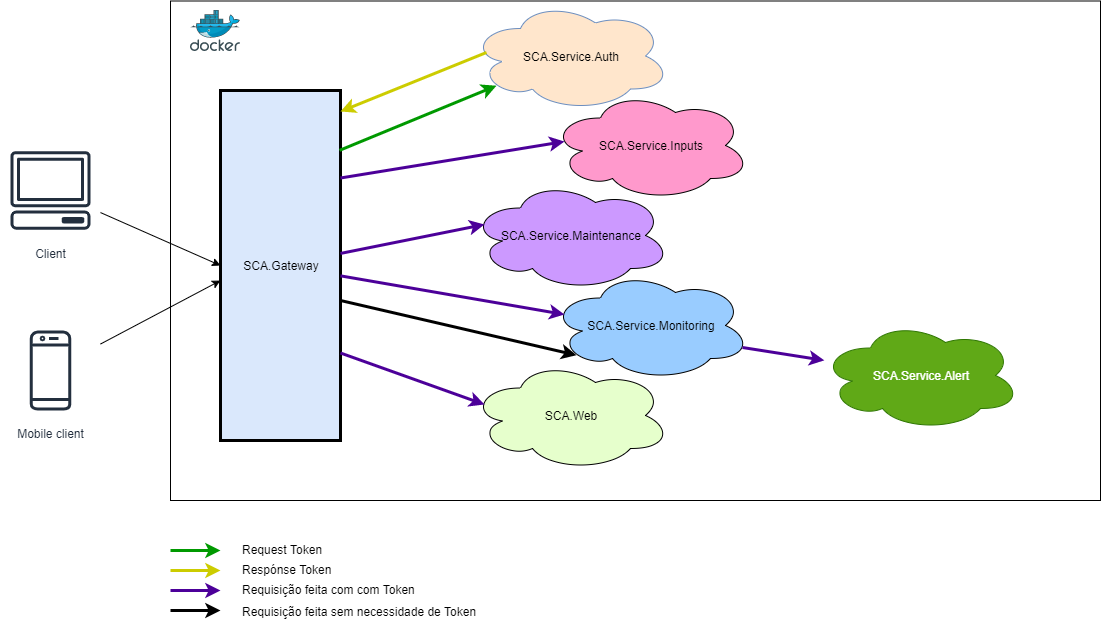
alansvieceli/tcc-pos-poc-sca keeps this draw.io diagram as diagrama.png. Above is the earlier version. Source tidied: cells renumbered, new cells last; positions are measured from the earlier drawing's top-left corner, leaving out a move shared by most shapes. Its diagram source:
```xml
<mxGraphModel>
  <root>
    <mxCell id="0" />
    <mxCell id="1" parent="0" />
    <mxCell id="2" style="rounded=0;whiteSpace=wrap;html=1;" parent="1" vertex="1">
      <mxGeometry x="170" y="0.5" width="930" height="499.5" as="geometry" />
    </mxCell>
    <mxCell id="3" value="SCA.Gateway" style="rounded=0;whiteSpace=wrap;html=1;fillColor=#dae8fc;strokeColor=#000000;strokeWidth=3;" parent="1" vertex="1">
      <mxGeometry x="220" y="90" width="120" height="350" as="geometry" />
    </mxCell>
    <mxCell id="4" value="SCA.Service.Auth" style="ellipse;shape=cloud;whiteSpace=wrap;html=1;fillColor=#FFE6CC;strokeColor=#6c8ebf;" parent="1" vertex="1">
      <mxGeometry x="470" y="0.5" width="200" height="110" as="geometry" />
    </mxCell>
    <mxCell id="5" value="SCA.Service.Inputs" style="ellipse;shape=cloud;whiteSpace=wrap;html=1;fillColor=#FF99CC;" parent="1" vertex="1">
      <mxGeometry x="550" y="90" width="200" height="110" as="geometry" />
    </mxCell>
    <mxCell id="6" value="SCA.Service.Maintenance" style="ellipse;shape=cloud;whiteSpace=wrap;html=1;fillColor=#CC99FF;" parent="1" vertex="1">
      <mxGeometry x="470" y="180" width="200" height="110" as="geometry" />
    </mxCell>
    <mxCell id="7" value="SCA.Service.Monitoring" style="ellipse;shape=cloud;whiteSpace=wrap;html=1;fillColor=#99CCFF;" parent="1" vertex="1">
      <mxGeometry x="550" y="270" width="200" height="110" as="geometry" />
    </mxCell>
    <mxCell id="8" value="SCA.Web" style="ellipse;shape=cloud;whiteSpace=wrap;html=1;fillColor=#E6FFCC;" parent="1" vertex="1">
      <mxGeometry x="470" y="360" width="200" height="110" as="geometry" />
    </mxCell>
    <mxCell id="9" style="endArrow=classic;html=1;strokeColor=#009900;strokeWidth=3;exitX=0.992;exitY=0.171;exitDx=0;exitDy=0;exitPerimeter=0;entryX=0.13;entryY=0.77;entryDx=0;entryDy=0;entryPerimeter=0;" parent="1" edge="1" source="3" target="4">
      <mxGeometry relative="1" as="geometry" />
    </mxCell>
    <mxCell id="10" style="endArrow=classic;html=1;entryX=1;entryY=0.06;entryDx=0;entryDy=0;entryPerimeter=0;strokeColor=#CCCC00;strokeWidth=3;exitX=0.08;exitY=0.468;exitDx=0;exitDy=0;exitPerimeter=0;" parent="1" edge="1" source="4" target="3">
      <mxGeometry relative="1" as="geometry" />
    </mxCell>
    <mxCell id="11" style="endArrow=classic;html=1;entryX=0.07;entryY=0.464;entryDx=0;entryDy=0;entryPerimeter=0;exitX=1;exitY=0.25;exitDx=0;exitDy=0;strokeWidth=3;strokeColor=#4C0099;" parent="1" edge="1" source="3" target="5">
      <mxGeometry relative="1" as="geometry" />
    </mxCell>
    <mxCell id="12" style="endArrow=classic;html=1;entryX=0.07;entryY=0.4;entryDx=0;entryDy=0;entryPerimeter=0;strokeWidth=3;strokeColor=#4C0099;" parent="1" edge="1" source="3" target="6">
      <mxGeometry relative="1" as="geometry" />
    </mxCell>
    <mxCell id="13" style="endArrow=classic;html=1;entryX=0.07;entryY=0.4;entryDx=0;entryDy=0;entryPerimeter=0;strokeWidth=3;strokeColor=#4C0099;" parent="1" edge="1" source="3" target="7">
      <mxGeometry relative="1" as="geometry" />
    </mxCell>
    <mxCell id="14" value="Client" style="outlineConnect=0;fontColor=#232F3E;gradientColor=none;strokeColor=#232F3E;fillColor=#ffffff;dashed=0;verticalLabelPosition=bottom;verticalAlign=top;align=center;html=1;fontSize=12;fontStyle=0;shape=mxgraph.aws4.resourceIcon;resIcon=mxgraph.aws4.client;" parent="1" vertex="1">
      <mxGeometry y="140" width="100" height="100" as="geometry" />
    </mxCell>
    <mxCell id="15" value="Mobile client" style="outlineConnect=0;fontColor=#232F3E;gradientColor=none;strokeColor=#232F3E;fillColor=#ffffff;dashed=0;verticalLabelPosition=bottom;verticalAlign=top;align=center;html=1;fontSize=12;fontStyle=0;shape=mxgraph.aws4.resourceIcon;resIcon=mxgraph.aws4.mobile_client;" parent="1" vertex="1">
      <mxGeometry y="320" width="100" height="100" as="geometry" />
    </mxCell>
    <mxCell id="16" style="html=1;align=center;image;fontSize=12;image=img/lib/mscae/Docker.svg;" parent="1" vertex="1">
      <mxGeometry x="190" y="10" width="50" height="41" as="geometry" />
    </mxCell>
    <mxCell id="17" style="endArrow=classic;html=1;entryX=0;entryY=0.5;entryDx=0;entryDy=0;" parent="1" edge="1" source="14" target="3">
      <mxGeometry relative="1" as="geometry" />
    </mxCell>
    <mxCell id="18" style="endArrow=classic;html=1;entryX=0;entryY=0.543;entryDx=0;entryDy=0;entryPerimeter=0;" parent="1" edge="1" source="15" target="3">
      <mxGeometry relative="1" as="geometry" />
    </mxCell>
    <mxCell id="19" style="endArrow=classic;html=1;strokeColor=#009900;strokeWidth=3;" parent="1" edge="1">
      <mxGeometry relative="1" as="geometry">
        <mxPoint x="170" y="550" as="sourcePoint" />
        <mxPoint x="220" y="550" as="targetPoint" />
      </mxGeometry>
    </mxCell>
    <mxCell id="20" style="endArrow=classic;html=1;entryX=0.992;entryY=0.686;entryDx=0;entryDy=0;entryPerimeter=0;strokeColor=#CCCC00;strokeWidth=3;" parent="1" edge="1">
      <mxGeometry relative="1" as="geometry">
        <mxPoint x="170" y="570" as="sourcePoint" />
        <mxPoint x="220" y="570" as="targetPoint" />
      </mxGeometry>
    </mxCell>
    <mxCell id="21" style="endArrow=classic;html=1;exitX=1;exitY=0.25;exitDx=0;exitDy=0;strokeWidth=3;strokeColor=#4C0099;" parent="1" edge="1">
      <mxGeometry relative="1" as="geometry">
        <mxPoint x="170" y="590" as="sourcePoint" />
        <mxPoint x="220" y="590" as="targetPoint" />
      </mxGeometry>
    </mxCell>
    <mxCell id="22" value="Request Token" style="text;html=1;strokeColor=none;fillColor=none;align=left;verticalAlign=middle;rounded=0;labelPosition=center;verticalLabelPosition=middle;whiteSpace=wrap;" parent="1" vertex="1">
      <mxGeometry x="240" y="539" width="191" height="20" as="geometry" />
    </mxCell>
    <mxCell id="23" value="Respónse Token" style="text;html=1;strokeColor=none;fillColor=none;align=left;verticalAlign=middle;whiteSpace=wrap;rounded=0;" parent="1" vertex="1">
      <mxGeometry x="240" y="559" width="200" height="20" as="geometry" />
    </mxCell>
    <mxCell id="24" value="Requisição feita com com Token" style="text;html=1;strokeColor=none;fillColor=none;align=left;verticalAlign=middle;whiteSpace=wrap;rounded=0;" parent="1" vertex="1">
      <mxGeometry x="240" y="579" width="240" height="20" as="geometry" />
    </mxCell>
    <mxCell id="25" style="endArrow=classic;html=1;entryX=0.07;entryY=0.4;entryDx=0;entryDy=0;entryPerimeter=0;strokeWidth=3;strokeColor=#4C0099;exitX=1;exitY=0.75;exitDx=0;exitDy=0;" parent="1" edge="1" source="3" target="8">
      <mxGeometry relative="1" as="geometry" />
    </mxCell>
    <mxCell id="26" style="endArrow=classic;html=1;entryX=0.13;entryY=0.77;entryDx=0;entryDy=0;entryPerimeter=0;strokeWidth=3;strokeColor=#000000;" parent="1" edge="1" target="7">
      <mxGeometry relative="1" as="geometry">
        <mxPoint x="340" y="300" as="sourcePoint" />
      </mxGeometry>
    </mxCell>
    <mxCell id="27" style="endArrow=classic;html=1;exitX=1;exitY=0.25;exitDx=0;exitDy=0;strokeWidth=3;strokeColor=#000000;" parent="1" edge="1">
      <mxGeometry relative="1" as="geometry">
        <mxPoint x="170" y="610" as="sourcePoint" />
        <mxPoint x="220" y="610" as="targetPoint" />
      </mxGeometry>
    </mxCell>
    <mxCell id="28" value="Requisição feita sem necessidade de Token" style="text;html=1;strokeColor=none;fillColor=none;align=left;verticalAlign=middle;whiteSpace=wrap;rounded=0;" parent="1" vertex="1">
      <mxGeometry x="240" y="599" width="240" height="23" as="geometry" />
    </mxCell>
    <mxCell id="29" value="SCA.Service.Alert" style="ellipse;shape=cloud;whiteSpace=wrap;html=1;fillColor=#60a917;strokeColor=#2D7600;fontColor=#ffffff;" parent="1" vertex="1">
      <mxGeometry x="820" y="320" width="200" height="110" as="geometry" />
    </mxCell>
    <mxCell id="30" style="endArrow=classic;html=1;strokeWidth=3;strokeColor=#4C0099;exitX=0.96;exitY=0.7;exitDx=0;exitDy=0;exitPerimeter=0;" parent="1" edge="1" source="7" target="29">
      <mxGeometry relative="1" as="geometry" />
    </mxCell>
  </root>
</mxGraphModel>
```
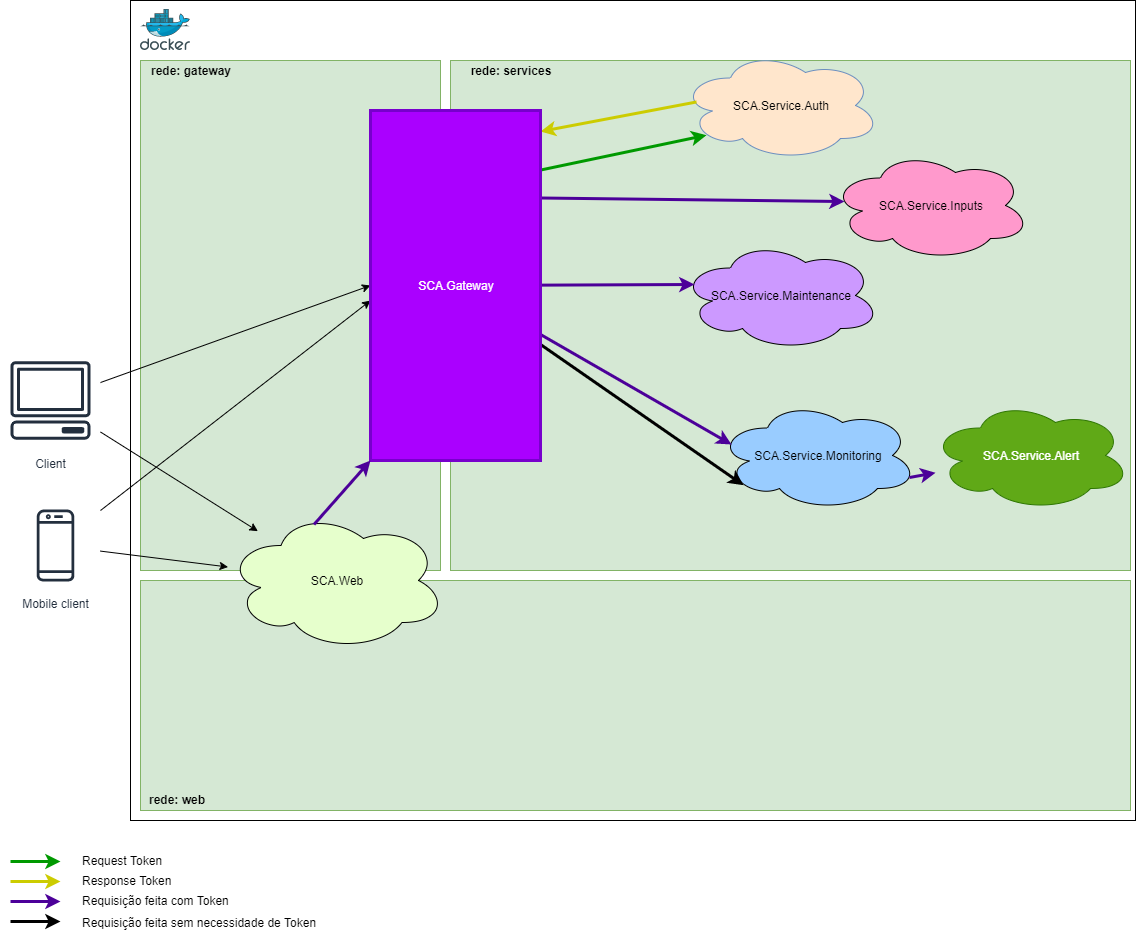
The same file after the commit.

Diff of the diagram source:
```diff
@@ -3,26 +3,41 @@
     <mxCell id="0" />
     <mxCell id="1" parent="0" />
     <mxCell id="2" style="rounded=0;whiteSpace=wrap;html=1;" parent="1" vertex="1">
-      <mxGeometry x="170" y="0.5" width="930" height="499.5" as="geometry" />
+      <mxGeometry x="110" y="-10" width="1005" height="820" as="geometry" />
     </mxCell>
-    <mxCell id="3" value="SCA.Gateway" style="rounded=0;whiteSpace=wrap;html=1;fillColor=#dae8fc;strokeColor=#000000;strokeWidth=3;" parent="1" vertex="1">
-      <mxGeometry x="220" y="90" width="120" height="350" as="geometry" />
-    </mxCell>
+    <mxCell id="14" value="Client" style="outlineConnect=0;fontColor=#232F3E;gradientColor=none;strokeColor=#232F3E;fillColor=#ffffff;dashed=0;verticalLabelPosition=bottom;verticalAlign=top;align=center;html=1;fontSize=12;fontStyle=0;shape=mxgraph.aws4.resourceIcon;resIcon=mxgraph.aws4.client;" parent="1" vertex="1">
+      <mxGeometry x="-20" y="340" width="100" height="100" as="geometry" />
+    </mxCell>
+    <mxCell id="15" value="Mobile client" style="outlineConnect=0;fontColor=#232F3E;gradientColor=none;strokeColor=#232F3E;fillColor=#ffffff;dashed=0;verticalLabelPosition=bottom;verticalAlign=top;align=center;html=1;fontSize=12;fontStyle=0;shape=mxgraph.aws4.resourceIcon;resIcon=mxgraph.aws4.mobile_client;" parent="1" vertex="1">
+      <mxGeometry x="-10" y="490" width="90" height="90" as="geometry" />
+    </mxCell>
+    <mxCell id="16" style="html=1;align=center;image;fontSize=12;image=img/lib/mscae/Docker.svg;" parent="1" vertex="1">
+      <mxGeometry x="120" y="-1" width="50" height="41" as="geometry" />
+    </mxCell>
+    <mxCell id="28" value="Requisição feita sem necessidade de Token" style="text;html=1;strokeColor=none;fillColor=none;align=left;verticalAlign=middle;whiteSpace=wrap;rounded=0;" parent="1" vertex="1">
+      <mxGeometry x="60" y="900" width="240" height="23" as="geometry" />
+    </mxCell>
+    <mxCell id="31" value="&lt;div&gt;&lt;br&gt;&lt;/div&gt;" style="rounded=0;whiteSpace=wrap;html=1;align=left;fillColor=#d5e8d4;strokeColor=#82b366;" parent="1" vertex="1">
+      <mxGeometry x="430" y="50" width="680" height="510" as="geometry" />
+    </mxCell>
     <mxCell id="4" value="SCA.Service.Auth" style="ellipse;shape=cloud;whiteSpace=wrap;html=1;fillColor=#FFE6CC;strokeColor=#6c8ebf;" parent="1" vertex="1">
-      <mxGeometry x="470" y="0.5" width="200" height="110" as="geometry" />
+      <mxGeometry x="660" y="40" width="200" height="110" as="geometry" />
     </mxCell>
     <mxCell id="5" value="SCA.Service.Inputs" style="ellipse;shape=cloud;whiteSpace=wrap;html=1;fillColor=#FF99CC;" parent="1" vertex="1">
-      <mxGeometry x="550" y="90" width="200" height="110" as="geometry" />
+      <mxGeometry x="810" y="140" width="200" height="110" as="geometry" />
     </mxCell>
     <mxCell id="6" value="SCA.Service.Maintenance" style="ellipse;shape=cloud;whiteSpace=wrap;html=1;fillColor=#CC99FF;" parent="1" vertex="1">
-      <mxGeometry x="470" y="180" width="200" height="110" as="geometry" />
+      <mxGeometry x="660" y="230" width="200" height="110" as="geometry" />
     </mxCell>
     <mxCell id="7" value="SCA.Service.Monitoring" style="ellipse;shape=cloud;whiteSpace=wrap;html=1;fillColor=#99CCFF;" parent="1" vertex="1">
-      <mxGeometry x="550" y="270" width="200" height="110" as="geometry" />
+      <mxGeometry x="697" y="390" width="200" height="110" as="geometry" />
     </mxCell>
-    <mxCell id="8" value="SCA.Web" style="ellipse;shape=cloud;whiteSpace=wrap;html=1;fillColor=#E6FFCC;" parent="1" vertex="1">
-      <mxGeometry x="470" y="360" width="200" height="110" as="geometry" />
-    </mxCell>
+    <mxCell id="29" value="SCA.Service.Alert" style="ellipse;shape=cloud;whiteSpace=wrap;html=1;fillColor=#60a917;strokeColor=#2D7600;fontColor=#ffffff;" parent="1" vertex="1">
+      <mxGeometry x="910" y="390" width="200" height="110" as="geometry" />
+    </mxCell>
+    <mxCell id="30" style="endArrow=classic;html=1;strokeWidth=3;strokeColor=#4C0099;exitX=0.96;exitY=0.7;exitDx=0;exitDy=0;exitPerimeter=0;" parent="1" edge="1" source="7" target="29">
+      <mxGeometry relative="1" as="geometry" />
+    </mxCell>
     <mxCell id="9" style="endArrow=classic;html=1;strokeColor=#009900;strokeWidth=3;exitX=0.992;exitY=0.171;exitDx=0;exitDy=0;exitPerimeter=0;entryX=0.13;entryY=0.77;entryDx=0;entryDy=0;entryPerimeter=0;" parent="1" edge="1" source="3" target="4">
       <mxGeometry relative="1" as="geometry" />
     </mxCell>
@@ -38,70 +53,77 @@
     <mxCell id="13" style="endArrow=classic;html=1;entryX=0.07;entryY=0.4;entryDx=0;entryDy=0;entryPerimeter=0;strokeWidth=3;strokeColor=#4C0099;" parent="1" edge="1" source="3" target="7">
       <mxGeometry relative="1" as="geometry" />
     </mxCell>
-    <mxCell id="14" value="Client" style="outlineConnect=0;fontColor=#232F3E;gradientColor=none;strokeColor=#232F3E;fillColor=#ffffff;dashed=0;verticalLabelPosition=bottom;verticalAlign=top;align=center;html=1;fontSize=12;fontStyle=0;shape=mxgraph.aws4.resourceIcon;resIcon=mxgraph.aws4.client;" parent="1" vertex="1">
-      <mxGeometry y="140" width="100" height="100" as="geometry" />
-    </mxCell>
-    <mxCell id="15" value="Mobile client" style="outlineConnect=0;fontColor=#232F3E;gradientColor=none;strokeColor=#232F3E;fillColor=#ffffff;dashed=0;verticalLabelPosition=bottom;verticalAlign=top;align=center;html=1;fontSize=12;fontStyle=0;shape=mxgraph.aws4.resourceIcon;resIcon=mxgraph.aws4.mobile_client;" parent="1" vertex="1">
-      <mxGeometry y="320" width="100" height="100" as="geometry" />
-    </mxCell>
-    <mxCell id="16" style="html=1;align=center;image;fontSize=12;image=img/lib/mscae/Docker.svg;" parent="1" vertex="1">
-      <mxGeometry x="190" y="10" width="50" height="41" as="geometry" />
-    </mxCell>
-    <mxCell id="17" style="endArrow=classic;html=1;entryX=0;entryY=0.5;entryDx=0;entryDy=0;" parent="1" edge="1" source="14" target="3">
-      <mxGeometry relative="1" as="geometry" />
-    </mxCell>
-    <mxCell id="18" style="endArrow=classic;html=1;entryX=0;entryY=0.543;entryDx=0;entryDy=0;entryPerimeter=0;" parent="1" edge="1" source="15" target="3">
-      <mxGeometry relative="1" as="geometry" />
-    </mxCell>
+    <mxCell id="26" style="endArrow=classic;html=1;entryX=0.13;entryY=0.77;entryDx=0;entryDy=0;entryPerimeter=0;strokeWidth=3;strokeColor=#000000;" parent="1" edge="1" source="3" target="7">
+      <mxGeometry relative="1" as="geometry" />
+    </mxCell>
+    <mxCell id="32" value="&lt;b&gt;rede: services&lt;/b&gt;" style="text;html=1;strokeColor=none;fillColor=none;align=center;verticalAlign=middle;whiteSpace=wrap;rounded=0;" parent="1" vertex="1">
+      <mxGeometry x="440" y="51" width="100" height="18" as="geometry" />
+    </mxCell>
     <mxCell id="19" style="endArrow=classic;html=1;strokeColor=#009900;strokeWidth=3;" parent="1" edge="1">
       <mxGeometry relative="1" as="geometry">
-        <mxPoint x="170" y="550" as="sourcePoint" />
-        <mxPoint x="220" y="550" as="targetPoint" />
+        <mxPoint x="-10" y="851" as="sourcePoint" />
+        <mxPoint x="40" y="851" as="targetPoint" />
       </mxGeometry>
     </mxCell>
     <mxCell id="20" style="endArrow=classic;html=1;entryX=0.992;entryY=0.686;entryDx=0;entryDy=0;entryPerimeter=0;strokeColor=#CCCC00;strokeWidth=3;" parent="1" edge="1">
       <mxGeometry relative="1" as="geometry">
-        <mxPoint x="170" y="570" as="sourcePoint" />
-        <mxPoint x="220" y="570" as="targetPoint" />
+        <mxPoint x="-10" y="871" as="sourcePoint" />
+        <mxPoint x="40" y="871" as="targetPoint" />
       </mxGeometry>
     </mxCell>
     <mxCell id="21" style="endArrow=classic;html=1;exitX=1;exitY=0.25;exitDx=0;exitDy=0;strokeWidth=3;strokeColor=#4C0099;" parent="1" edge="1">
       <mxGeometry relative="1" as="geometry">
-        <mxPoint x="170" y="590" as="sourcePoint" />
-        <mxPoint x="220" y="590" as="targetPoint" />
+        <mxPoint x="-10" y="891" as="sourcePoint" />
+        <mxPoint x="40" y="891" as="targetPoint" />
       </mxGeometry>
     </mxCell>
     <mxCell id="22" value="Request Token" style="text;html=1;strokeColor=none;fillColor=none;align=left;verticalAlign=middle;rounded=0;labelPosition=center;verticalLabelPosition=middle;whiteSpace=wrap;" parent="1" vertex="1">
-      <mxGeometry x="240" y="539" width="191" height="20" as="geometry" />
+      <mxGeometry x="60" y="840" width="191" height="20" as="geometry" />
     </mxCell>
-    <mxCell id="23" value="Respónse Token" style="text;html=1;strokeColor=none;fillColor=none;align=left;verticalAlign=middle;whiteSpace=wrap;rounded=0;" parent="1" vertex="1">
-      <mxGeometry x="240" y="559" width="200" height="20" as="geometry" />
+    <mxCell id="23" value="Response Token" style="text;html=1;strokeColor=none;fillColor=none;align=left;verticalAlign=middle;whiteSpace=wrap;rounded=0;" parent="1" vertex="1">
+      <mxGeometry x="60" y="860" width="200" height="20" as="geometry" />
     </mxCell>
-    <mxCell id="24" value="Requisição feita com com Token" style="text;html=1;strokeColor=none;fillColor=none;align=left;verticalAlign=middle;whiteSpace=wrap;rounded=0;" parent="1" vertex="1">
-      <mxGeometry x="240" y="579" width="240" height="20" as="geometry" />
+    <mxCell id="24" value="Requisição feita com Token" style="text;html=1;strokeColor=none;fillColor=none;align=left;verticalAlign=middle;whiteSpace=wrap;rounded=0;" parent="1" vertex="1">
+      <mxGeometry x="60" y="880" width="240" height="20" as="geometry" />
     </mxCell>
-    <mxCell id="25" style="endArrow=classic;html=1;entryX=0.07;entryY=0.4;entryDx=0;entryDy=0;entryPerimeter=0;strokeWidth=3;strokeColor=#4C0099;exitX=1;exitY=0.75;exitDx=0;exitDy=0;" parent="1" edge="1" source="3" target="8">
-      <mxGeometry relative="1" as="geometry" />
-    </mxCell>
-    <mxCell id="26" style="endArrow=classic;html=1;entryX=0.13;entryY=0.77;entryDx=0;entryDy=0;entryPerimeter=0;strokeWidth=3;strokeColor=#000000;" parent="1" edge="1" target="7">
-      <mxGeometry relative="1" as="geometry">
-        <mxPoint x="340" y="300" as="sourcePoint" />
-      </mxGeometry>
-    </mxCell>
     <mxCell id="27" style="endArrow=classic;html=1;exitX=1;exitY=0.25;exitDx=0;exitDy=0;strokeWidth=3;strokeColor=#000000;" parent="1" edge="1">
       <mxGeometry relative="1" as="geometry">
-        <mxPoint x="170" y="610" as="sourcePoint" />
-        <mxPoint x="220" y="610" as="targetPoint" />
+        <mxPoint x="-10" y="911" as="sourcePoint" />
+        <mxPoint x="40" y="911" as="targetPoint" />
       </mxGeometry>
     </mxCell>
-    <mxCell id="28" value="Requisição feita sem necessidade de Token" style="text;html=1;strokeColor=none;fillColor=none;align=left;verticalAlign=middle;whiteSpace=wrap;rounded=0;" parent="1" vertex="1">
-      <mxGeometry x="240" y="599" width="240" height="23" as="geometry" />
-    </mxCell>
-    <mxCell id="29" value="SCA.Service.Alert" style="ellipse;shape=cloud;whiteSpace=wrap;html=1;fillColor=#60a917;strokeColor=#2D7600;fontColor=#ffffff;" parent="1" vertex="1">
-      <mxGeometry x="820" y="320" width="200" height="110" as="geometry" />
-    </mxCell>
-    <mxCell id="30" style="endArrow=classic;html=1;strokeWidth=3;strokeColor=#4C0099;exitX=0.96;exitY=0.7;exitDx=0;exitDy=0;exitPerimeter=0;" parent="1" edge="1" source="7" target="29">
-      <mxGeometry relative="1" as="geometry" />
-    </mxCell>
+    <mxCell id="33" style="rounded=0;whiteSpace=wrap;html=1;fillColor=#d5e8d4;strokeColor=#82b366;" parent="1" vertex="1">
+      <mxGeometry x="120" y="50" width="300" height="510" as="geometry" />
+    </mxCell>
+    <mxCell id="17" style="endArrow=classic;html=1;entryX=0;entryY=0.5;entryDx=0;entryDy=0;" parent="1" edge="1" source="14" target="3">
+      <mxGeometry relative="1" as="geometry" />
+    </mxCell>
+    <mxCell id="18" style="endArrow=classic;html=1;entryX=0;entryY=0.543;entryDx=0;entryDy=0;entryPerimeter=0;" parent="1" edge="1" source="15" target="3">
+      <mxGeometry relative="1" as="geometry" />
+    </mxCell>
+    <mxCell id="3" value="SCA.Gateway" style="rounded=0;whiteSpace=wrap;html=1;fillColor=#aa00ff;strokeColor=#7700CC;strokeWidth=3;fontColor=#ffffff;" parent="1" vertex="1">
+      <mxGeometry x="350" y="100" width="170" height="350" as="geometry" />
+    </mxCell>
+    <mxCell id="34" value="&lt;b&gt;rede: gateway&lt;/b&gt;" style="text;html=1;strokeColor=none;fillColor=none;align=center;verticalAlign=middle;whiteSpace=wrap;rounded=0;" parent="1" vertex="1">
+      <mxGeometry x="120" y="51" width="100" height="18" as="geometry" />
+    </mxCell>
+    <mxCell id="35" style="rounded=0;whiteSpace=wrap;html=1;fillColor=#d5e8d4;strokeColor=#82b366;" parent="1" vertex="1">
+      <mxGeometry x="120" y="570" width="990" height="230" as="geometry" />
+    </mxCell>
+    <mxCell id="36" value="&lt;b&gt;rede: web&lt;/b&gt;" style="text;html=1;strokeColor=none;fillColor=none;align=center;verticalAlign=middle;whiteSpace=wrap;rounded=0;" parent="1" vertex="1">
+      <mxGeometry x="105.5" y="780" width="100" height="18" as="geometry" />
+    </mxCell>
+    <mxCell id="8" value="SCA.Web" style="ellipse;shape=cloud;whiteSpace=wrap;html=1;fillColor=#E6FFCC;" parent="1" vertex="1">
+      <mxGeometry x="205.5" y="500" width="220" height="140" as="geometry" />
+    </mxCell>
+    <mxCell id="37" style="endArrow=classic;html=1;" parent="1" edge="1" source="15" target="8">
+      <mxGeometry relative="1" as="geometry" />
+    </mxCell>
+    <mxCell id="38" style="endArrow=classic;html=1;" parent="1" edge="1" source="14" target="8">
+      <mxGeometry relative="1" as="geometry" />
+    </mxCell>
+    <mxCell id="39" style="endArrow=classic;html=1;strokeWidth=3;strokeColor=#4C0099;exitX=0.4;exitY=0.1;exitDx=0;exitDy=0;exitPerimeter=0;entryX=0;entryY=1;entryDx=0;entryDy=0;" parent="1" edge="1" source="8" target="3">
+      <mxGeometry relative="1" as="geometry" />
+    </mxCell>
   </root>
 </mxGraphModel>
```
